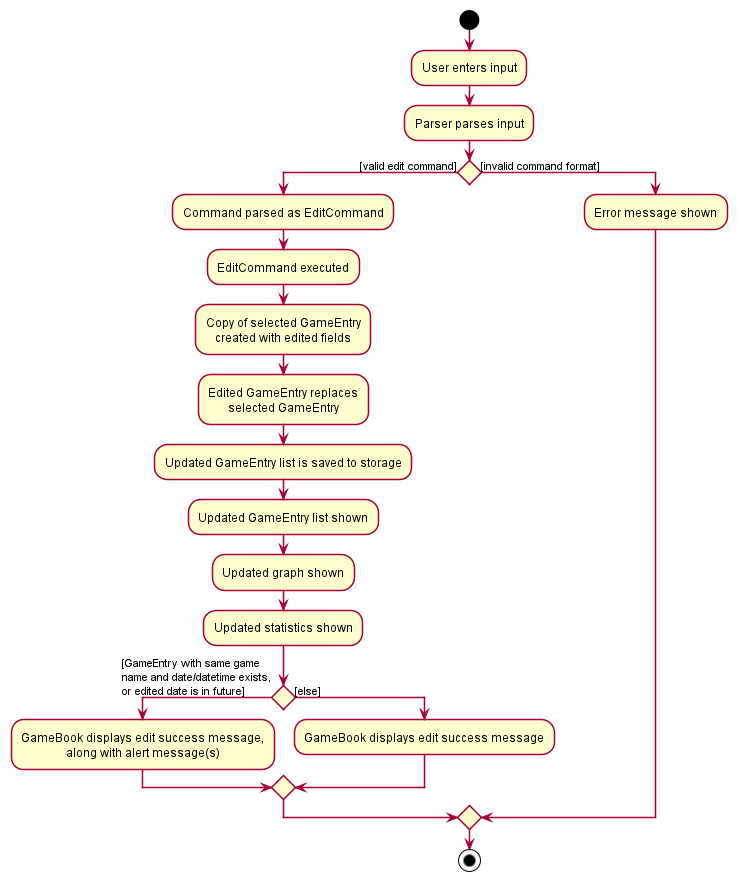
yzhilong/tp keeps this PlantUML diagram as docs/images/EditActivityDiagram.png. Above is the earlier version.
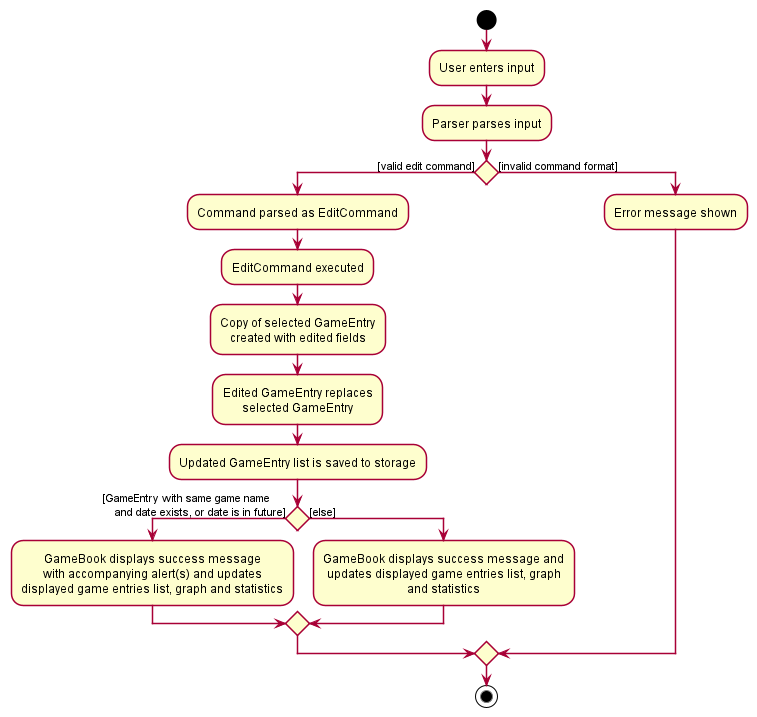
The same file after the commit.

What changed in the source:
```diff
@@ -4,26 +4,25 @@
 :User enters input;
 :Parser parses input;
 if () then ([valid edit command])
-:Command parsed as EditCommand;
-:EditCommand executed;
-:Copy of selected GameEntry
-created with edited fields;
-:Edited GameEntry replaces
-selected GameEntry;
-:Updated GameEntry list is saved to storage;
-:Updated GameEntry list shown;
-:Updated graph shown;
-:Updated statistics shown;
-if () then([GameEntry with same game
-name and date/datetime exists,
-or edited date is in future])
-:GameBook displays edit success message,
-along with alert message(s);
-else ([else])
-:GameBook displays edit success message;
-endif
+    :Command parsed as EditCommand;
+    :EditCommand executed;
+    :Copy of selected GameEntry
+    created with edited fields;
+    :Edited GameEntry replaces
+    selected GameEntry;
+    :Updated GameEntry list is saved to storage;
+    if() then([GameEntry with same game name
+    and date exists, or date is in future])
+        :GameBook displays success message
+        with accompanying alert(s) and updates
+        displayed game entries list, graph and statistics;
+    else ([else])
+        :GameBook displays success message and
+        updates displayed game entries list, graph
+        and statistics;
+    endif
 else ([invalid command format])
-:Error message shown;
+    :Error message shown;
 endif
 stop
 @enduml
```
